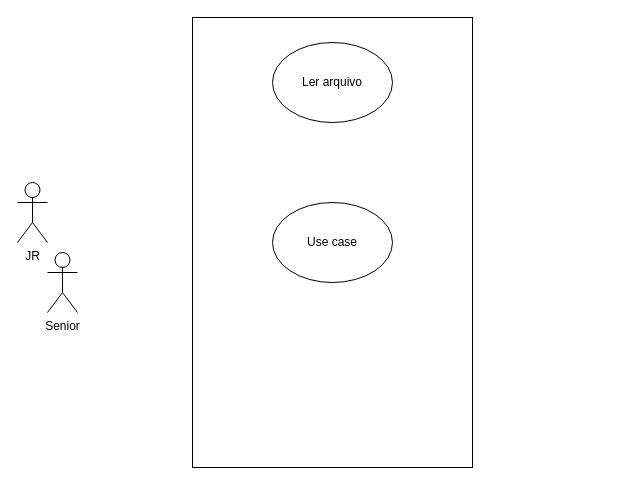
superontem/Help-desk keeps this draw.io diagram as Diagrama sem nome.drawio. Above is the earlier version. Source tidied: cells renumbered, new cells numbered last; positions are measured from the earlier drawing's top-left corner, leaving out a move shared by most shapes. Both pictures are drawn from the tidied source at 100%, with x=0, y=0 at pixel (17, 42).
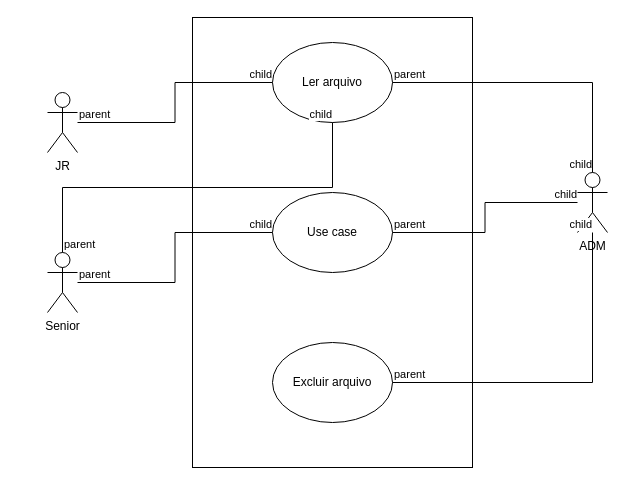
After the change.

Unchanged cells that the change refers to:
```xml
<mxCell id="4" value="Senior" style="shape=umlActor;verticalLabelPosition=bottom;verticalAlign=top;html=1;outlineConnect=0;" parent="1" vertex="1">
  <mxGeometry x="30" y="210" width="30" height="60" as="geometry" />
</mxCell>
<mxCell id="5" value="Ler arquivo" style="ellipse;whiteSpace=wrap;html=1;" parent="1" vertex="1">
  <mxGeometry x="255" width="120" height="80" as="geometry" />
</mxCell>
```

Diff of the diagram source:
```diff
@@
     <mxCell id="3" value="JR" style="shape=umlActor;verticalLabelPosition=bottom;verticalAlign=top;html=1;outlineConnect=0;" parent="1" vertex="1">
-      <mxGeometry y="140" width="30" height="60" as="geometry" />
+      <mxGeometry x="30" y="50" width="30" height="60" as="geometry" />
     </mxCell>
@@
     <mxCell id="6" value="Use case" style="ellipse;whiteSpace=wrap;html=1;" parent="1" vertex="1">
-      <mxGeometry x="255" y="160" width="120" height="80" as="geometry" />
+      <mxGeometry x="255" y="150" width="120" height="80" as="geometry" />
     </mxCell>
+    <mxCell id="7" value="Excluir arquivo" style="ellipse;whiteSpace=wrap;html=1;" parent="1" vertex="1">
+      <mxGeometry x="255" y="300" width="120" height="80" as="geometry" />
+    </mxCell>
+    <mxCell id="8" value="ADM" style="shape=umlActor;verticalLabelPosition=bottom;verticalAlign=top;html=1;outlineConnect=0;" parent="1" vertex="1">
+      <mxGeometry x="560" y="130" width="30" height="60" as="geometry" />
+    </mxCell>
+    <mxCell id="9" style="endArrow=none;html=1;edgeStyle=orthogonalEdgeStyle;rounded=0;strokeColor=default;shadow=0;" parent="1" edge="1" source="3" target="5">
+      <mxGeometry relative="1" as="geometry" />
+    </mxCell>
+    <mxCell id="10" value="parent" style="edgeLabel;html=1;align=left;verticalAlign=bottom;" parent="9" vertex="1">
+      <mxGeometry x="-1" relative="1" as="geometry" />
+    </mxCell>
+    <mxCell id="11" value="child" style="edgeLabel;html=1;align=right;verticalAlign=bottom;" parent="9" vertex="1">
+      <mxGeometry x="1" relative="1" as="geometry" />
+    </mxCell>
+    <mxCell id="12" style="endArrow=none;edgeStyle=orthogonalEdgeStyle;rounded=0;html=1;fontColor=default;labelBackgroundColor=default;" parent="1" edge="1" source="5" target="8">
+      <mxGeometry relative="1" as="geometry" />
+    </mxCell>
+    <mxCell id="13" value="parent" style="edgeLabel;html=1;align=left;verticalAlign=bottom;" parent="12" vertex="1">
+      <mxGeometry x="-1" relative="1" as="geometry" />
+    </mxCell>
+    <mxCell id="14" value="child" style="edgeLabel;html=1;align=right;verticalAlign=bottom;" parent="12" vertex="1">
+      <mxGeometry x="1" relative="1" as="geometry" />
+    </mxCell>
+    <mxCell id="15" style="endArrow=none;html=1;edgeStyle=orthogonalEdgeStyle;rounded=0;exitX=0.5;exitY=0;exitDx=0;exitDy=0;exitPerimeter=0;" parent="1" edge="1" source="4" target="5">
+      <mxGeometry relative="1" as="geometry" />
+    </mxCell>
+    <mxCell id="16" value="parent" style="edgeLabel;html=1;align=left;verticalAlign=bottom;" parent="15" vertex="1">
+      <mxGeometry x="-1" relative="1" as="geometry" />
+    </mxCell>
+    <mxCell id="17" value="child" style="edgeLabel;html=1;align=right;verticalAlign=bottom;" parent="15" vertex="1">
+      <mxGeometry x="1" relative="1" as="geometry" />
+    </mxCell>
+    <mxCell id="18" style="endArrow=none;html=1;edgeStyle=orthogonalEdgeStyle;rounded=0;" parent="1" edge="1" source="4" target="6">
+      <mxGeometry relative="1" as="geometry" />
+    </mxCell>
+    <mxCell id="19" value="parent" style="edgeLabel;html=1;align=left;verticalAlign=bottom;" parent="18" vertex="1">
+      <mxGeometry x="-1" relative="1" as="geometry" />
+    </mxCell>
+    <mxCell id="20" value="child" style="edgeLabel;html=1;align=right;verticalAlign=bottom;" parent="18" vertex="1">
+      <mxGeometry x="1" relative="1" as="geometry" />
+    </mxCell>
+    <mxCell id="21" style="endArrow=none;html=1;edgeStyle=orthogonalEdgeStyle;rounded=0;" parent="1" edge="1" source="6" target="8">
+      <mxGeometry relative="1" as="geometry" />
+    </mxCell>
+    <mxCell id="22" value="parent" style="edgeLabel;html=1;align=left;verticalAlign=bottom;" parent="21" vertex="1">
+      <mxGeometry x="-1" relative="1" as="geometry" />
+    </mxCell>
+    <mxCell id="23" value="child" style="edgeLabel;html=1;align=right;verticalAlign=bottom;" parent="21" vertex="1">
+      <mxGeometry x="1" relative="1" as="geometry" />
+    </mxCell>
+    <mxCell id="24" style="endArrow=none;html=1;edgeStyle=orthogonalEdgeStyle;rounded=0;" parent="1" edge="1" source="7" target="8">
+      <mxGeometry relative="1" as="geometry" />
+    </mxCell>
+    <mxCell id="25" value="parent" style="edgeLabel;html=1;align=left;verticalAlign=bottom;" parent="24" vertex="1">
+      <mxGeometry x="-1" relative="1" as="geometry" />
+    </mxCell>
+    <mxCell id="26" value="child" style="edgeLabel;html=1;align=right;verticalAlign=bottom;" parent="24" vertex="1">
+      <mxGeometry x="1" relative="1" as="geometry" />
+    </mxCell>
```
